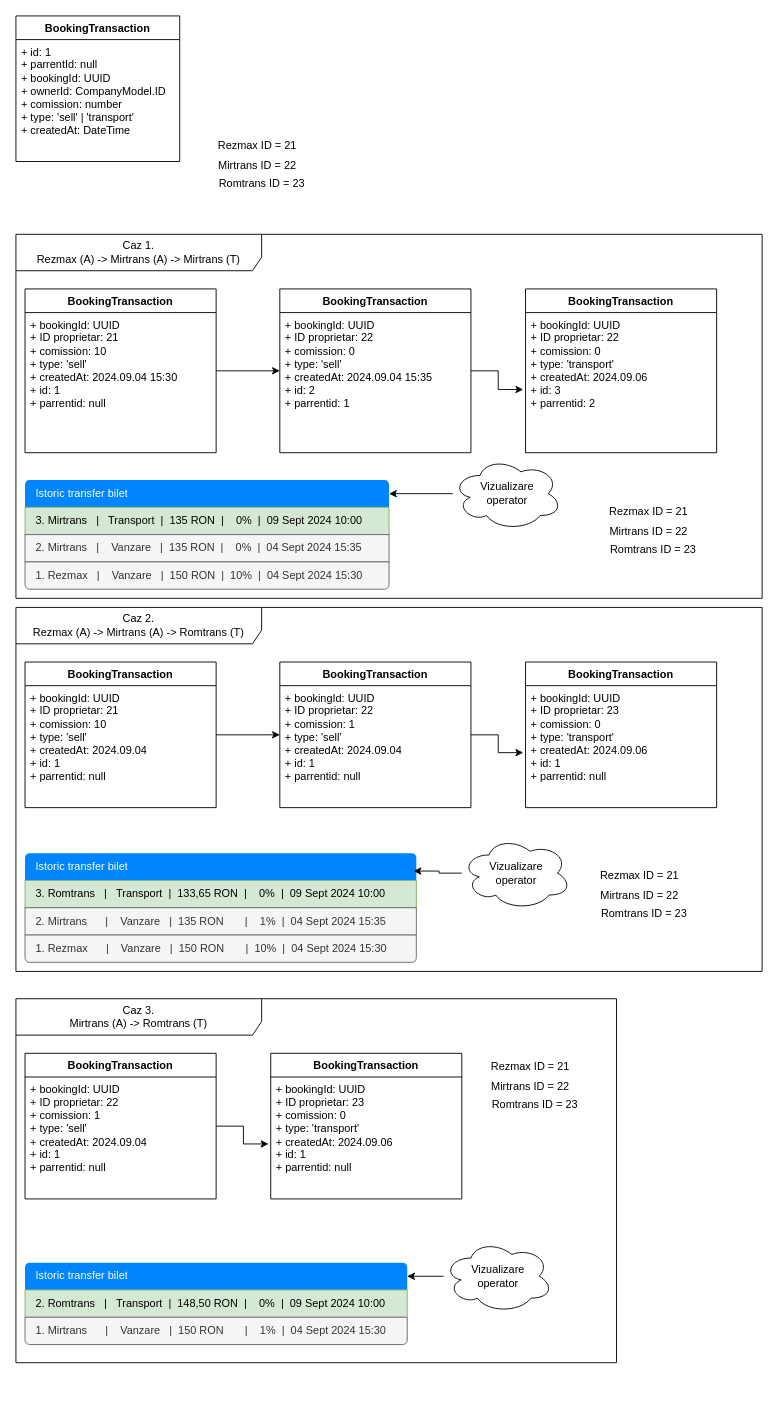
Earlier version of the draw.io diagram page "Booking flow" (3 of 3) of GBS/GBS_Booking_flow.drawio (maxCheptea/Diagrams). Source tidied: cells renumbered, new cells numbered last; positions are measured from the earlier drawing's top-left corner, leaving out a move shared by most shapes. Both pictures are drawn from the tidied source at 91%, with x=0, y=0 at pixel (15, 15).
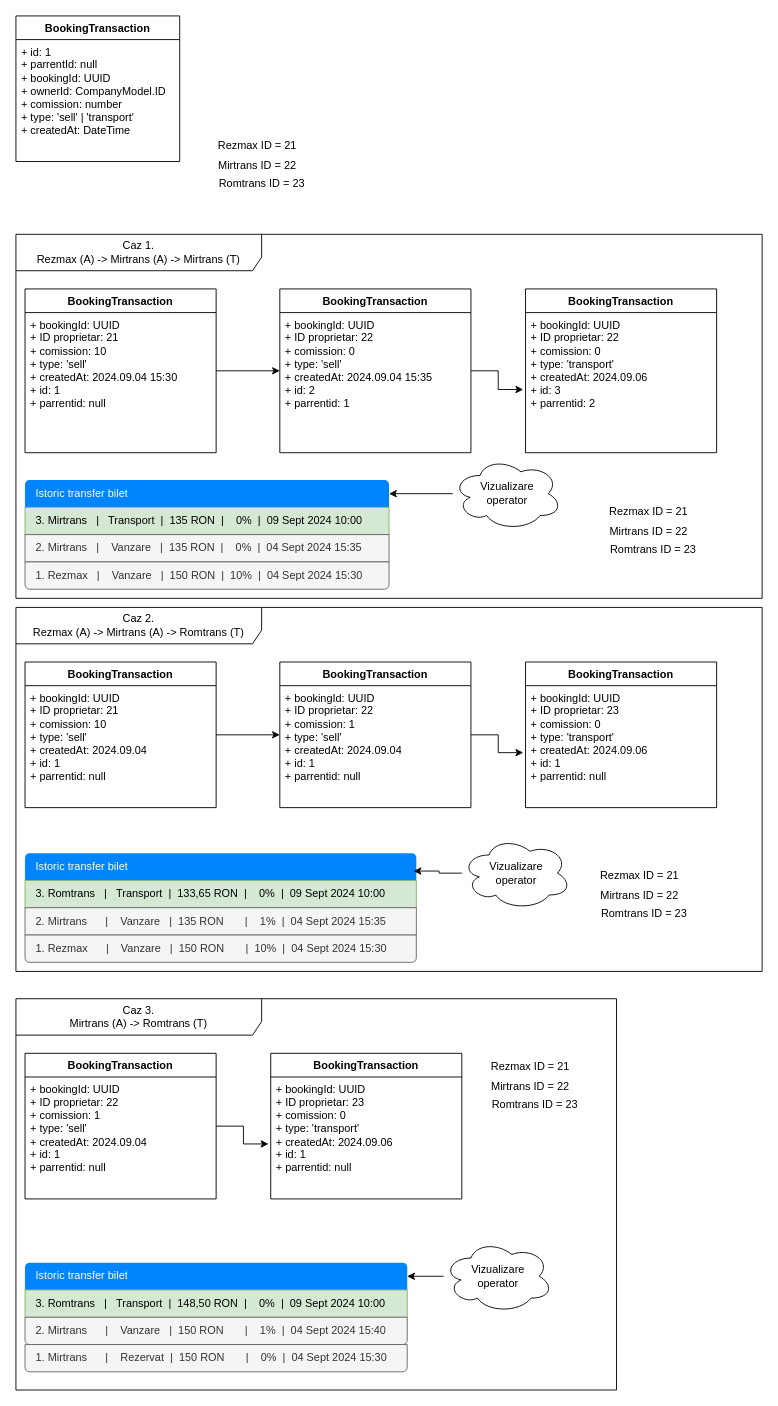
The same diagram, later.

Unchanged cells that the change refers to:
```xml
<mxCell id="39" style="swimlane;fontStyle=0;horizontal=1;startSize=0;whiteSpace=wrap;html=1;strokeColor=none;fillColor=none;" parent="33" vertex="1">
  <mxGeometry x="10" y="290" width="420" height="90" as="geometry" />
</mxCell>
```

The edit, as a diff of the source:
```diff
@@
     <mxCell id="33" value="Caz 3.&lt;div&gt;Mirtrans (A) -&amp;gt; Romtrans (T)&lt;/div&gt;" style="shape=umlFrame;whiteSpace=wrap;html=1;width=270;height=40;" parent="1" vertex="1">
-      <mxGeometry y="1080" width="660" height="400" as="geometry" />
+      <mxGeometry y="1080" width="660" height="430" as="geometry" />
     </mxCell>
@@
-    <mxCell id="41" value="2. Romtrans&amp;nbsp; &amp;nbsp;|&amp;nbsp; &amp;nbsp;Transport&amp;nbsp; |&amp;nbsp; 148,50 RON&amp;nbsp; |&amp;nbsp; &amp;nbsp; 0%&amp;nbsp; |&amp;nbsp; 09 Sept 2024 10:00&amp;nbsp;" style="text;strokeColor=#82b366;fillColor=#d5e8d4;align=left;verticalAlign=middle;spacingLeft=10;spacingRight=10;overflow=hidden;whiteSpace=wrap;html=1;rSize=5;" parent="39" vertex="1">
+    <mxCell id="41" value="3. Romtrans&amp;nbsp; &amp;nbsp;|&amp;nbsp; &amp;nbsp;Transport&amp;nbsp; |&amp;nbsp; 148,50 RON&amp;nbsp; |&amp;nbsp; &amp;nbsp; 0%&amp;nbsp; |&amp;nbsp; 09 Sept 2024 10:00&amp;nbsp;" style="text;strokeColor=#82b366;fillColor=#d5e8d4;align=left;verticalAlign=middle;spacingLeft=10;spacingRight=10;overflow=hidden;whiteSpace=wrap;html=1;rSize=5;" parent="39" vertex="1">
       <mxGeometry y="30" width="420" height="30" as="geometry" />
     </mxCell>
-    <mxCell id="42" value="1. Mirtrans&amp;nbsp; &amp;nbsp; &amp;nbsp; |&amp;nbsp; &amp;nbsp; Vanzare&amp;nbsp; &amp;nbsp;|&amp;nbsp; 150 RON&amp;nbsp; &amp;nbsp; &amp;nbsp; &amp;nbsp;|&amp;nbsp; &amp;nbsp; 1%&amp;nbsp; |&amp;nbsp; 04 Sept 2024 15:30&amp;nbsp;" style="text;strokeColor=#666666;fillColor=#f5f5f5;align=left;verticalAlign=middle;spacingLeft=10;spacingRight=10;overflow=hidden;whiteSpace=wrap;html=1;shape=mxgraph.bootstrap.bottomButton;rSize=5;fontColor=#333333;" parent="39" vertex="1">
+    <mxCell id="42" value="2. Mirtrans&amp;nbsp; &amp;nbsp; &amp;nbsp; |&amp;nbsp; &amp;nbsp; Vanzare&amp;nbsp; &amp;nbsp;|&amp;nbsp; 150 RON&amp;nbsp; &amp;nbsp; &amp;nbsp; &amp;nbsp;|&amp;nbsp; &amp;nbsp; 1%&amp;nbsp; |&amp;nbsp; 04 Sept 2024 15:40&amp;nbsp;" style="text;strokeColor=#666666;fillColor=#f5f5f5;align=left;verticalAlign=middle;spacingLeft=10;spacingRight=10;overflow=hidden;whiteSpace=wrap;html=1;shape=mxgraph.bootstrap.bottomButton;rSize=5;fontColor=#333333;" parent="39" vertex="1">
       <mxGeometry y="60" width="420" height="30" as="geometry" />
     </mxCell>
@@
+    <mxCell id="60" value="1. Mirtrans&amp;nbsp; &amp;nbsp; &amp;nbsp; |&amp;nbsp; &amp;nbsp; Rezervat&amp;nbsp; |&amp;nbsp; 150 RON&amp;nbsp; &amp;nbsp; &amp;nbsp; &amp;nbsp;|&amp;nbsp; &amp;nbsp; 0%&amp;nbsp; |&amp;nbsp; 04 Sept 2024 15:30&amp;nbsp;" style="text;strokeColor=#666666;fillColor=#f5f5f5;align=left;verticalAlign=middle;spacingLeft=10;spacingRight=10;overflow=hidden;whiteSpace=wrap;html=1;shape=mxgraph.bootstrap.bottomButton;rSize=5;fontColor=#333333;" parent="33" vertex="1">
+      <mxGeometry x="10" y="380" width="420" height="30" as="geometry" />
+    </mxCell>
```
